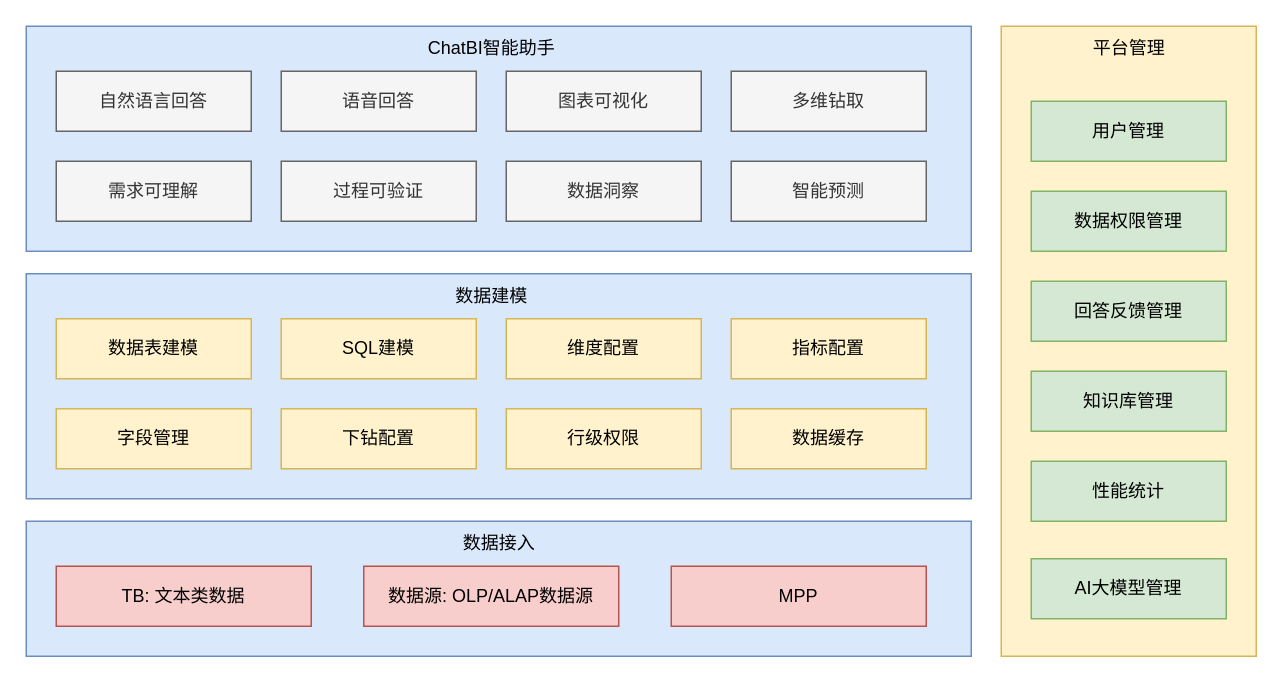
Above: 1.drawio in kejoe-zhang/configRepo (draw.io), before the change. Source tidied: cells renumbered, new cells numbered last; positions are measured from the earlier drawing's top-left corner, leaving out a move shared by most shapes. Both pictures are drawn from the tidied source at 150%, with x=0, y=0 at pixel (26, 26).
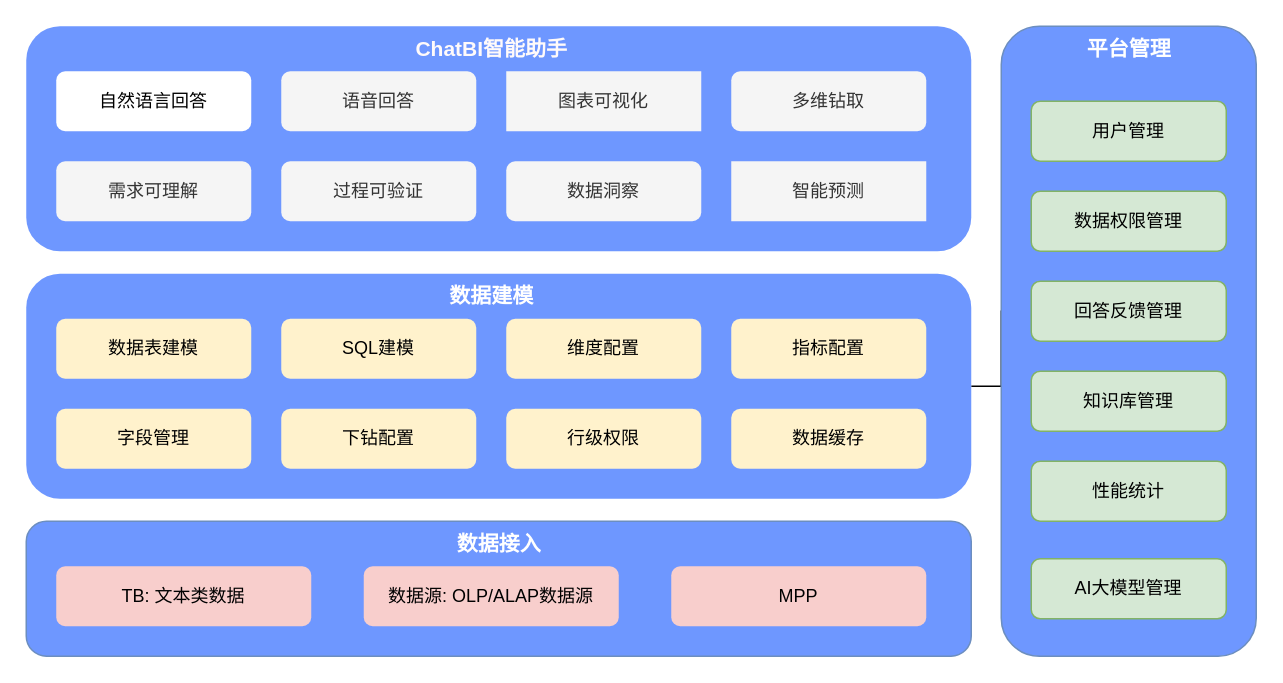
The same page after the edit.

Change to the diagram source:
```diff
@@
-    <mxCell id="2" style="rounded=0;whiteSpace=wrap;html=1;fillColor=#dae8fc;strokeColor=#6c8ebf;" parent="1" vertex="1">
+    <mxCell id="2" style="rounded=1;whiteSpace=wrap;html=1;fillColor=#6e97ff;strokeColor=none;" parent="1" vertex="1">
       <mxGeometry width="630" height="150" as="geometry" />
     </mxCell>
-    <mxCell id="3" value="ChatBI智能助手" style="text;html=1;align=center;verticalAlign=middle;strokeColor=none;fillColor=none;" parent="1" vertex="1">
-      <mxGeometry x="255" width="110" height="30" as="geometry" />
+    <mxCell id="3" value="ChatBI智能助手" style="text;html=1;align=center;verticalAlign=middle;strokeColor=none;fillColor=none;fontColor=#fffafa;textShadow=0;labelBackgroundColor=none;fontSize=14;fontStyle=1;" parent="1" vertex="1">
+      <mxGeometry x="250" width="120" height="30" as="geometry" />
     </mxCell>
-    <mxCell id="4" value="自然语言回答" style="rounded=0;whiteSpace=wrap;html=1;fillColor=#f5f5f5;fontColor=#333333;strokeColor=#666666;" parent="1" vertex="1">
+    <mxCell id="4" value="自然语言回答" style="rounded=1;whiteSpace=wrap;html=1;dashed=1;strokeColor=none;" parent="1" vertex="1">
       <mxGeometry x="20" y="30" width="130" height="40" as="geometry" />
     </mxCell>
-    <mxCell id="5" value="需求可理解" style="rounded=0;whiteSpace=wrap;html=1;fillColor=#f5f5f5;fontColor=#333333;strokeColor=#666666;" parent="1" vertex="1">
+    <mxCell id="5" value="需求可理解" style="rounded=1;whiteSpace=wrap;html=1;fillColor=#f5f5f5;fontColor=#333333;strokeColor=none;glass=0;" parent="1" vertex="1">
       <mxGeometry x="20" y="90" width="130" height="40" as="geometry" />
     </mxCell>
-    <mxCell id="6" value="语音回答" style="rounded=0;whiteSpace=wrap;html=1;fillColor=#f5f5f5;fontColor=#333333;strokeColor=#666666;" parent="1" vertex="1">
+    <mxCell id="6" value="语音回答" style="rounded=1;whiteSpace=wrap;html=1;fillColor=#f5f5f5;fontColor=#333333;strokeColor=none;" parent="1" vertex="1">
       <mxGeometry x="170" y="30" width="130" height="40" as="geometry" />
     </mxCell>
-    <mxCell id="7" value="多维钻取" style="rounded=0;whiteSpace=wrap;html=1;fillColor=#f5f5f5;fontColor=#333333;strokeColor=#666666;" parent="1" vertex="1">
+    <mxCell id="7" value="多维钻取" style="rounded=1;whiteSpace=wrap;html=1;fillColor=#f5f5f5;fontColor=#333333;strokeColor=none;" parent="1" vertex="1">
       <mxGeometry x="470" y="30" width="130" height="40" as="geometry" />
     </mxCell>
-    <mxCell id="8" value="图表可视化" style="rounded=0;whiteSpace=wrap;html=1;fillColor=#f5f5f5;fontColor=#333333;strokeColor=#666666;" parent="1" vertex="1">
+    <mxCell id="8" value="图表可视化" style="rounded=0;whiteSpace=wrap;html=1;fillColor=#f5f5f5;fontColor=#333333;strokeColor=none;" parent="1" vertex="1">
       <mxGeometry x="320" y="30" width="130" height="40" as="geometry" />
     </mxCell>
-    <mxCell id="9" value="过程可验证" style="rounded=0;whiteSpace=wrap;html=1;fillColor=#f5f5f5;fontColor=#333333;strokeColor=#666666;" parent="1" vertex="1">
+    <mxCell id="9" value="过程可验证" style="rounded=1;whiteSpace=wrap;html=1;fillColor=#f5f5f5;fontColor=#333333;strokeColor=none;" parent="1" vertex="1">
       <mxGeometry x="170" y="90" width="130" height="40" as="geometry" />
     </mxCell>
-    <mxCell id="10" value="智能预测" style="rounded=0;whiteSpace=wrap;html=1;fillColor=#f5f5f5;fontColor=#333333;strokeColor=#666666;" parent="1" vertex="1">
+    <mxCell id="10" value="智能预测" style="rounded=0;whiteSpace=wrap;html=1;fillColor=#f5f5f5;fontColor=#333333;strokeColor=none;" parent="1" vertex="1">
       <mxGeometry x="470" y="90" width="130" height="40" as="geometry" />
     </mxCell>
-    <mxCell id="11" value="数据洞察" style="rounded=0;whiteSpace=wrap;html=1;fillColor=#f5f5f5;fontColor=#333333;strokeColor=#666666;" parent="1" vertex="1">
+    <mxCell id="11" value="数据洞察" style="rounded=1;whiteSpace=wrap;html=1;fillColor=#f5f5f5;fontColor=#333333;strokeColor=none;" parent="1" vertex="1">
       <mxGeometry x="320" y="90" width="130" height="40" as="geometry" />
     </mxCell>
+    <mxCell id="35" style="edgeStyle=orthogonalEdgeStyle;rounded=0;jettySize=auto;html=1;" parent="1" edge="1" source="12" target="32">
+      <mxGeometry relative="1" as="geometry" />
+    </mxCell>
-    <mxCell id="12" style="rounded=0;whiteSpace=wrap;html=1;fillColor=#dae8fc;strokeColor=#6c8ebf;" parent="1" vertex="1">
+    <mxCell id="12" style="rounded=1;whiteSpace=wrap;html=1;fillColor=#6e97ff;strokeColor=none;" parent="1" vertex="1">
       <mxGeometry y="165" width="630" height="150" as="geometry" />
     </mxCell>
-    <mxCell id="13" value="数据表建模" style="rounded=0;whiteSpace=wrap;html=1;fillColor=#fff2cc;strokeColor=#d6b656;" parent="1" vertex="1">
+    <mxCell id="13" value="数据表建模" style="rounded=1;whiteSpace=wrap;html=1;fillColor=#fff2cc;strokeColor=none;" parent="1" vertex="1">
       <mxGeometry x="20" y="195" width="130" height="40" as="geometry" />
     </mxCell>
-    <mxCell id="14" value="数据建模" style="text;html=1;align=center;verticalAlign=middle;strokeColor=none;fillColor=none;" parent="1" vertex="1">
-      <mxGeometry x="275" y="165" width="70" height="30" as="geometry" />
+    <mxCell id="14" value="数据建模" style="text;html=1;align=center;verticalAlign=middle;strokeColor=none;fillColor=none;fontSize=14;fontStyle=1;fontColor=#ffffff;" parent="1" vertex="1">
+      <mxGeometry x="270" y="165" width="80" height="30" as="geometry" />
     </mxCell>
-    <mxCell id="15" value="字段管理" style="rounded=0;whiteSpace=wrap;html=1;fillColor=#fff2cc;strokeColor=#d6b656;" parent="1" vertex="1">
+    <mxCell id="15" value="字段管理" style="rounded=1;whiteSpace=wrap;html=1;fillColor=#fff2cc;strokeColor=none;" parent="1" vertex="1">
       <mxGeometry x="20" y="255" width="130" height="40" as="geometry" />
     </mxCell>
-    <mxCell id="16" value="指标配置" style="rounded=0;whiteSpace=wrap;html=1;fillColor=#fff2cc;strokeColor=#d6b656;" parent="1" vertex="1">
+    <mxCell id="16" value="指标配置" style="rounded=1;whiteSpace=wrap;html=1;fillColor=#fff2cc;strokeColor=none;" parent="1" vertex="1">
       <mxGeometry x="470" y="195" width="130" height="40" as="geometry" />
     </mxCell>
-    <mxCell id="17" value="维度配置" style="rounded=0;whiteSpace=wrap;html=1;fillColor=#fff2cc;strokeColor=#d6b656;" parent="1" vertex="1">
+    <mxCell id="17" value="维度配置" style="rounded=1;whiteSpace=wrap;html=1;fillColor=#fff2cc;strokeColor=none;" parent="1" vertex="1">
       <mxGeometry x="320" y="195" width="130" height="40" as="geometry" />
     </mxCell>
-    <mxCell id="18" value="SQL建模" style="rounded=0;whiteSpace=wrap;html=1;fillColor=#fff2cc;strokeColor=#d6b656;" parent="1" vertex="1">
+    <mxCell id="18" value="SQL建模" style="rounded=1;whiteSpace=wrap;html=1;fillColor=#fff2cc;strokeColor=none;" parent="1" vertex="1">
       <mxGeometry x="170" y="195" width="130" height="40" as="geometry" />
     </mxCell>
-    <mxCell id="19" value="行级权限" style="rounded=0;whiteSpace=wrap;html=1;fillColor=#fff2cc;strokeColor=#d6b656;" parent="1" vertex="1">
+    <mxCell id="19" value="行级权限" style="rounded=1;whiteSpace=wrap;html=1;fillColor=#fff2cc;strokeColor=none;" parent="1" vertex="1">
       <mxGeometry x="320" y="255" width="130" height="40" as="geometry" />
     </mxCell>
-    <mxCell id="20" value="下钻配置" style="rounded=0;whiteSpace=wrap;html=1;fillColor=#fff2cc;strokeColor=#d6b656;" parent="1" vertex="1">
+    <mxCell id="20" value="下钻配置" style="rounded=1;whiteSpace=wrap;html=1;fillColor=#fff2cc;strokeColor=none;" parent="1" vertex="1">
       <mxGeometry x="170" y="255" width="130" height="40" as="geometry" />
     </mxCell>
-    <mxCell id="21" value="数据缓存" style="rounded=0;whiteSpace=wrap;html=1;fillColor=#fff2cc;strokeColor=#d6b656;" parent="1" vertex="1">
+    <mxCell id="21" value="数据缓存" style="rounded=1;whiteSpace=wrap;html=1;fillColor=#fff2cc;strokeColor=none;" parent="1" vertex="1">
       <mxGeometry x="470" y="255" width="130" height="40" as="geometry" />
     </mxCell>
-    <mxCell id="22" style="rounded=0;whiteSpace=wrap;html=1;fillColor=#dae8fc;strokeColor=#6c8ebf;" parent="1" vertex="1">
+    <mxCell id="22" style="rounded=1;whiteSpace=wrap;html=1;fillColor=#6e97ff;strokeColor=#6c8ebf;" parent="1" vertex="1">
       <mxGeometry y="330" width="630" height="90" as="geometry" />
     </mxCell>
-    <mxCell id="23" value="数据接入" style="text;html=1;align=center;verticalAlign=middle;strokeColor=none;fillColor=none;" parent="1" vertex="1">
-      <mxGeometry x="280" y="330" width="70" height="30" as="geometry" />
+    <mxCell id="23" value="数据接入" style="text;html=1;align=center;verticalAlign=middle;strokeColor=none;fillColor=none;fontColor=#ffffff;fontStyle=1;fontSize=14;" parent="1" vertex="1">
+      <mxGeometry x="275" y="330" width="80" height="30" as="geometry" />
     </mxCell>
-    <mxCell id="24" value="TB: 文本类数据" style="rounded=0;whiteSpace=wrap;html=1;fillColor=#f8cecc;strokeColor=#b85450;" parent="1" vertex="1">
+    <mxCell id="24" value="TB: 文本类数据" style="rounded=1;whiteSpace=wrap;html=1;fillColor=#f8cecc;strokeColor=none;" parent="1" vertex="1">
       <mxGeometry x="20" y="360" width="170" height="40" as="geometry" />
     </mxCell>
-    <mxCell id="25" value="数据源: OLP/ALAP数据源" style="rounded=0;whiteSpace=wrap;html=1;fillColor=#f8cecc;strokeColor=#b85450;" parent="1" vertex="1">
+    <mxCell id="25" value="数据源: OLP/ALAP数据源" style="rounded=1;whiteSpace=wrap;html=1;fillColor=#f8cecc;strokeColor=none;" parent="1" vertex="1">
       <mxGeometry x="225" y="360" width="170" height="40" as="geometry" />
     </mxCell>
-    <mxCell id="26" value="MPP" style="rounded=0;whiteSpace=wrap;html=1;fillColor=#f8cecc;strokeColor=#b85450;" parent="1" vertex="1">
+    <mxCell id="26" value="MPP" style="rounded=1;whiteSpace=wrap;html=1;fillColor=#f8cecc;strokeColor=none;" parent="1" vertex="1">
       <mxGeometry x="430" y="360" width="170" height="40" as="geometry" />
     </mxCell>
-    <mxCell id="27" style="rounded=0;whiteSpace=wrap;html=1;fillColor=#fff2cc;strokeColor=#d6b656;" parent="1" vertex="1">
+    <mxCell id="27" style="rounded=1;whiteSpace=wrap;html=1;fillColor=#6e97ff;strokeColor=#6c8ebf;" parent="1" vertex="1">
       <mxGeometry x="650" width="170" height="420" as="geometry" />
     </mxCell>
-    <mxCell id="28" value="用户管理" style="rounded=0;whiteSpace=wrap;html=1;fillColor=#d5e8d4;strokeColor=#82b366;" parent="1" vertex="1">
+    <mxCell id="28" value="用户管理" style="rounded=1;whiteSpace=wrap;html=1;fillColor=#d5e8d4;strokeColor=#82b366;" parent="1" vertex="1">
       <mxGeometry x="670" y="50" width="130" height="40" as="geometry" />
     </mxCell>
-    <mxCell id="29" value="AI大模型管理" style="rounded=0;whiteSpace=wrap;html=1;fillColor=#d5e8d4;strokeColor=#82b366;" parent="1" vertex="1">
+    <mxCell id="29" value="AI大模型管理" style="rounded=1;whiteSpace=wrap;html=1;fillColor=#d5e8d4;strokeColor=#82b366;" parent="1" vertex="1">
       <mxGeometry x="670" y="355" width="130" height="40" as="geometry" />
     </mxCell>
-    <mxCell id="30" value="性能统计" style="rounded=0;whiteSpace=wrap;html=1;fillColor=#d5e8d4;strokeColor=#82b366;" parent="1" vertex="1">
+    <mxCell id="30" value="性能统计" style="rounded=1;whiteSpace=wrap;html=1;fillColor=#d5e8d4;strokeColor=#82b366;" parent="1" vertex="1">
       <mxGeometry x="670" y="290" width="130" height="40" as="geometry" />
     </mxCell>
-    <mxCell id="31" value="知识库管理" style="rounded=0;whiteSpace=wrap;html=1;fillColor=#d5e8d4;strokeColor=#82b366;" parent="1" vertex="1">
+    <mxCell id="31" value="知识库管理" style="rounded=1;whiteSpace=wrap;html=1;fillColor=#d5e8d4;strokeColor=#82b366;" parent="1" vertex="1">
       <mxGeometry x="670" y="230" width="130" height="40" as="geometry" />
     </mxCell>
-    <mxCell id="32" value="回答反馈管理" style="rounded=0;whiteSpace=wrap;html=1;fillColor=#d5e8d4;strokeColor=#82b366;" parent="1" vertex="1">
+    <mxCell id="32" value="回答反馈管理" style="rounded=1;whiteSpace=wrap;html=1;fillColor=#d5e8d4;strokeColor=#82b366;" parent="1" vertex="1">
       <mxGeometry x="670" y="170" width="130" height="40" as="geometry" />
     </mxCell>
-    <mxCell id="33" value="数据权限管理" style="rounded=0;whiteSpace=wrap;html=1;fillColor=#d5e8d4;strokeColor=#82b366;" parent="1" vertex="1">
+    <mxCell id="33" value="数据权限管理" style="rounded=1;whiteSpace=wrap;html=1;fillColor=#d5e8d4;strokeColor=#82b366;" parent="1" vertex="1">
       <mxGeometry x="670" y="110" width="130" height="40" as="geometry" />
     </mxCell>
-    <mxCell id="34" value="平台管理" style="text;html=1;align=center;verticalAlign=middle;strokeColor=none;fillColor=none;" parent="1" vertex="1">
-      <mxGeometry x="700" width="70" height="30" as="geometry" />
+    <mxCell id="34" value="平台管理" style="text;html=1;align=center;verticalAlign=middle;strokeColor=none;fillColor=none;fontColor=#FFFFFF;fontStyle=1;fontSize=14;" parent="1" vertex="1">
+      <mxGeometry x="695" width="80" height="30" as="geometry" />
     </mxCell>
```
